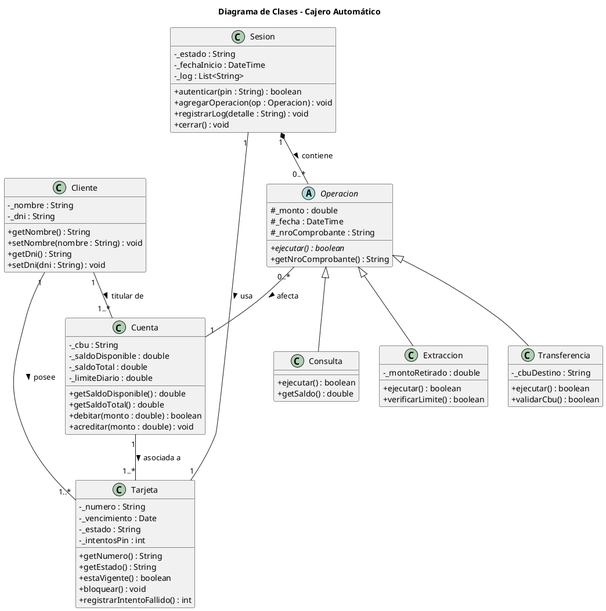
The PlantUML diagram diseno-e-implementacion-de-sistemas/diagrams/04_clases.png in 4l3j0Ok/institute-third-year, before a commit.
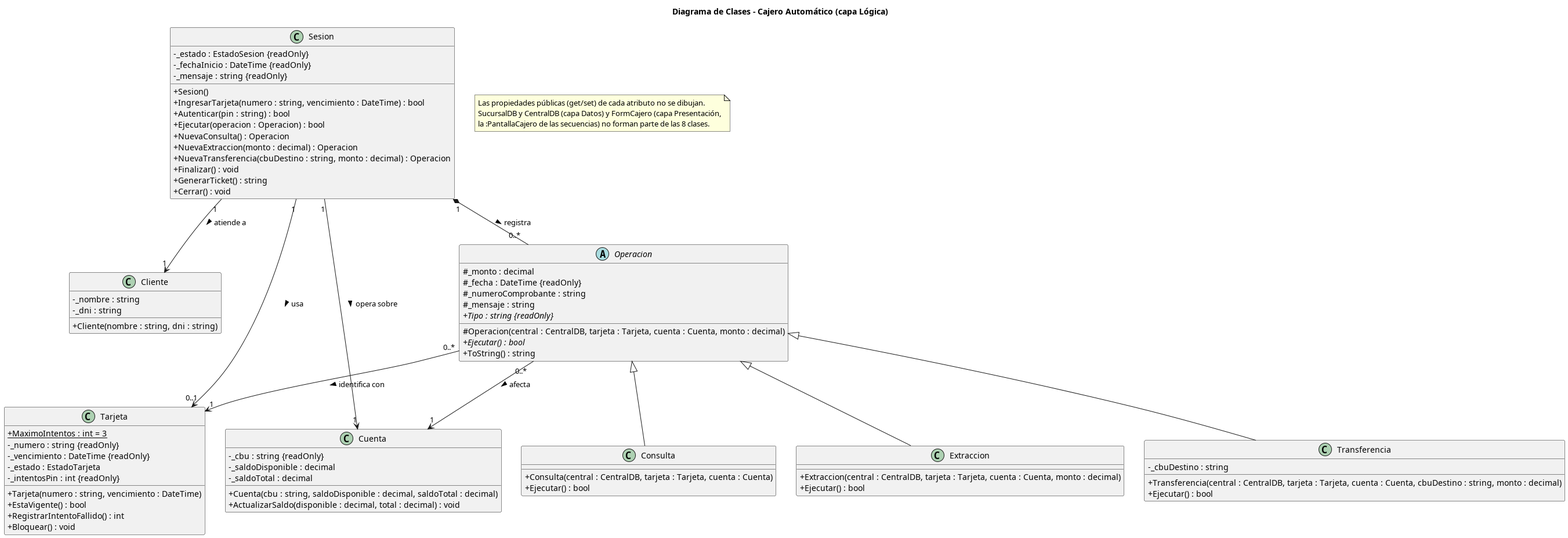
After the change.

The edit, as a diff of the source:
```diff
@@ -1,83 +1,91 @@
 @startuml 04_clases
-title Diagrama de Clases - Cajero Automático
+title Diagrama de Clases - Cajero Automático (capa Lógica)
 skinparam shadowing false
 skinparam classAttributeIconSize 0
 
 class Cliente {
-  - _nombre : String
-  - _dni : String
-  + getNombre() : String
-  + setNombre(nombre : String) : void
-  + getDni() : String
-  + setDni(dni : String) : void
+  - _nombre : string
+  - _dni : string
+  + Cliente(nombre : string, dni : string)
 }
 
 class Tarjeta {
-  - _numero : String
-  - _vencimiento : Date
-  - _estado : String
-  - _intentosPin : int
-  + getNumero() : String
-  + getEstado() : String
-  + estaVigente() : boolean
-  + bloquear() : void
-  + registrarIntentoFallido() : int
+  + {static} MaximoIntentos : int = 3
+  - _numero : string {readOnly}
+  - _vencimiento : DateTime {readOnly}
+  - _estado : EstadoTarjeta
+  - _intentosPin : int {readOnly}
+  + Tarjeta(numero : string, vencimiento : DateTime)
+  + EstaVigente() : bool
+  + RegistrarIntentoFallido() : int
+  + Bloquear() : void
 }
 
 class Cuenta {
-  - _cbu : String
-  - _saldoDisponible : double
-  - _saldoTotal : double
-  - _limiteDiario : double
-  + getSaldoDisponible() : double
-  + getSaldoTotal() : double
-  + debitar(monto : double) : boolean
-  + acreditar(monto : double) : void
+  - _cbu : string {readOnly}
+  - _saldoDisponible : decimal
+  - _saldoTotal : decimal
+  + Cuenta(cbu : string, saldoDisponible : decimal, saldoTotal : decimal)
+  + ActualizarSaldo(disponible : decimal, total : decimal) : void
 }
 
 class Sesion {
-  - _estado : String
-  - _fechaInicio : DateTime
-  - _log : List<String>
-  + autenticar(pin : String) : boolean
-  + agregarOperacion(op : Operacion) : void
-  + registrarLog(detalle : String) : void
-  + cerrar() : void
+  - _estado : EstadoSesion {readOnly}
+  - _fechaInicio : DateTime {readOnly}
+  - _mensaje : string {readOnly}
+  + Sesion()
+  + IngresarTarjeta(numero : string, vencimiento : DateTime) : bool
+  + Autenticar(pin : string) : bool
+  + Ejecutar(operacion : Operacion) : bool
+  + NuevaConsulta() : Operacion
+  + NuevaExtraccion(monto : decimal) : Operacion
+  + NuevaTransferencia(cbuDestino : string, monto : decimal) : Operacion
+  + Finalizar() : void
+  + GenerarTicket() : string
+  + Cerrar() : void
 }
 
 abstract class Operacion {
-  # _monto : double
-  # _fecha : DateTime
-  # _nroComprobante : String
-  + {abstract} ejecutar() : boolean
-  + getNroComprobante() : String
+  # _monto : decimal
+  # _fecha : DateTime {readOnly}
+  # _numeroComprobante : string
+  # _mensaje : string
+  + {abstract} Tipo : string {readOnly}
+  # Operacion(central : CentralDB, tarjeta : Tarjeta, cuenta : Cuenta, monto : decimal)
+  + {abstract} Ejecutar() : bool
+  + ToString() : string
 }
 
 class Consulta {
-  + ejecutar() : boolean
-  + getSaldo() : double
+  + Consulta(central : CentralDB, tarjeta : Tarjeta, cuenta : Cuenta)
+  + Ejecutar() : bool
 }
 
 class Extraccion {
-  - _montoRetirado : double
-  + ejecutar() : boolean
-  + verificarLimite() : boolean
+  + Extraccion(central : CentralDB, tarjeta : Tarjeta, cuenta : Cuenta, monto : decimal)
+  + Ejecutar() : bool
 }
 
 class Transferencia {
-  - _cbuDestino : String
-  + ejecutar() : boolean
-  + validarCbu() : boolean
+  - _cbuDestino : string
+  + Transferencia(central : CentralDB, tarjeta : Tarjeta, cuenta : Cuenta, cbuDestino : string, monto : decimal)
+  + Ejecutar() : bool
 }
 
 Operacion <|-- Consulta
 Operacion <|-- Extraccion
 Operacion <|-- Transferencia
 
-Cliente "1" -- "1..*" Tarjeta : posee >
-Cuenta "1" -- "1..*" Tarjeta : asociada a >
-Cliente "1" -- "1..*" Cuenta : titular de >
-Sesion "1" -- "1" Tarjeta : usa >
-Sesion "1" *-- "0..*" Operacion : contiene >
-Operacion "0..*" -- "1" Cuenta : afecta >
+Sesion "1" *-- "0..*" Operacion : registra >
+Sesion "1" --> "0..1" Tarjeta : usa >
+Sesion "1" --> "1" Cuenta : opera sobre >
+Sesion "1" --> "1" Cliente : atiende a >
+Operacion "0..*" --> "1" Tarjeta : identifica con >
+Operacion "0..*" --> "1" Cuenta : afecta >
+
+note as capas
+  Las propiedades públicas (get/set) de cada atributo no se dibujan.
+  SucursalDB y CentralDB (capa Datos) y FormCajero (capa Presentación,
+  la :PantallaCajero de las secuencias) no forman parte de las 8 clases.
+end note
 @enduml
```
